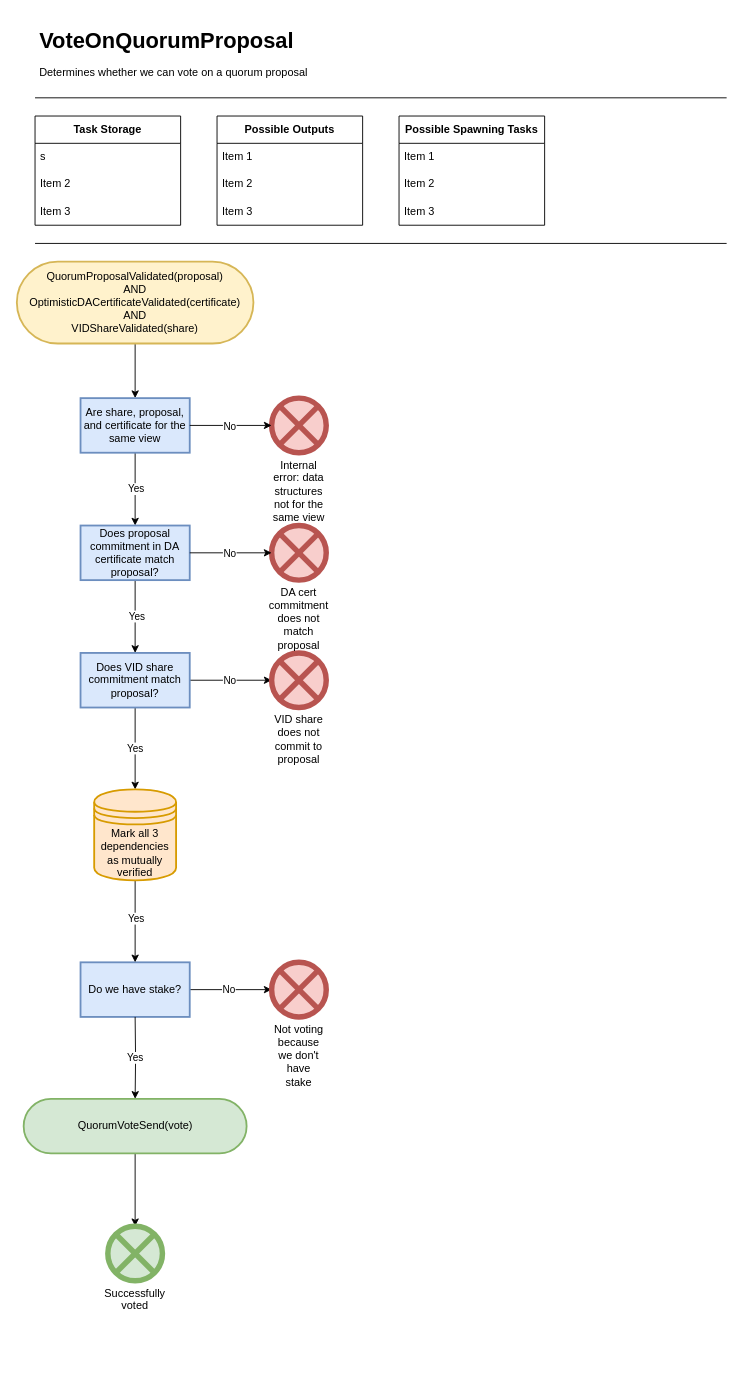
Above: page "VoteOnQuorumProposal" (6 of 7) of docs/diagrams/HotShotFlow.drawio in EspressoSystems/HotShot (draw.io), before the change. Source tidied: cells renumbered, new cells numbered last; positions are measured from the earlier drawing's top-left corner, leaving out a move shared by most shapes. Both pictures are drawn from the tidied source at 91%, with x=0, y=0 at pixel (16, 25).
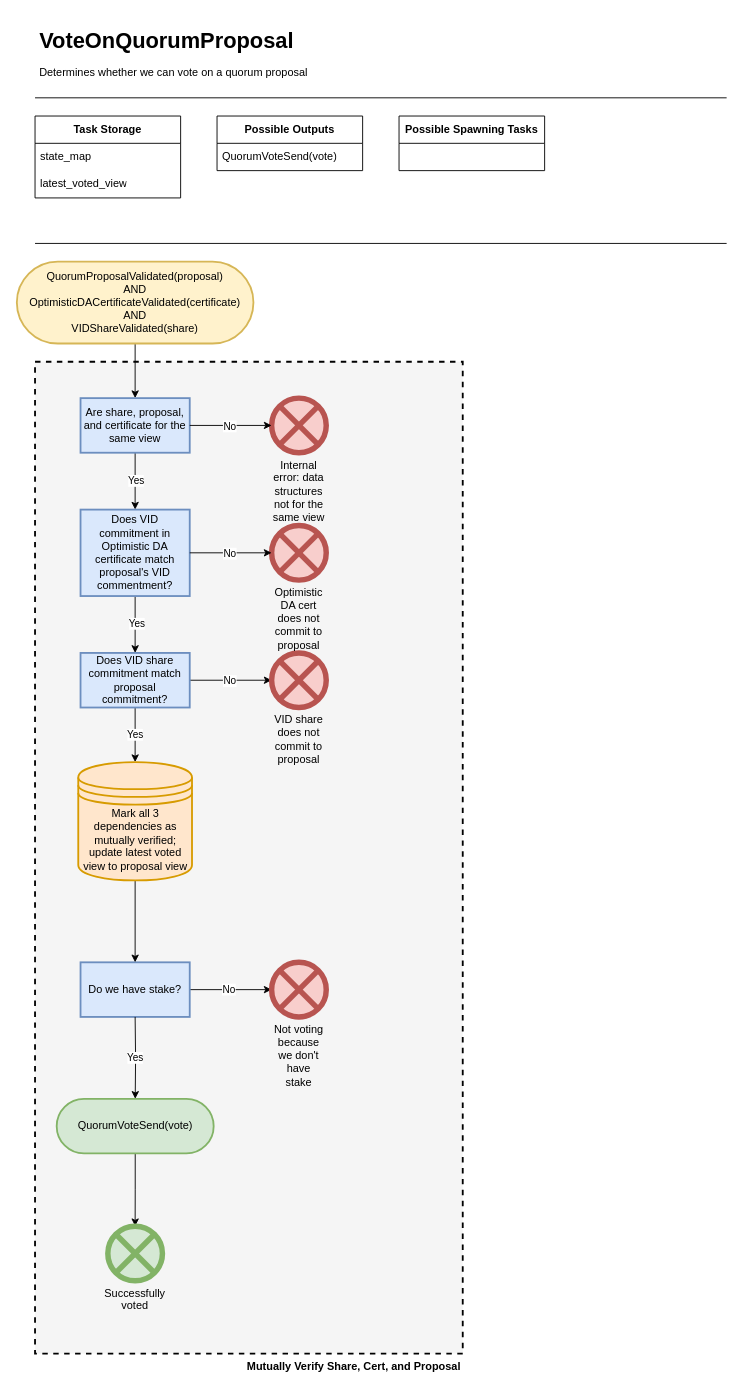
Above is the later version.

Unchanged cells that the change refers to:
```xml
<mxCell id="46" style="edgeStyle=orthogonalEdgeStyle;rounded=0;jettySize=auto;html=1;entryX=0.5;entryY=0;entryDx=0;entryDy=0;" parent="1" edge="1" source="48" target="42">
  <mxGeometry relative="1" as="geometry" />
</mxCell>
```

Change to the diagram source:
```diff
@@
+    <mxCell id="49" value="&lt;b&gt;Mutually Verify Share, Cert, and Proposal&lt;/b&gt;" style="rounded=0;whiteSpace=wrap;html=1;labelPosition=center;verticalLabelPosition=bottom;align=right;verticalAlign=top;dashed=1;strokeWidth=2;fillColor=#F5F5F5;" parent="1" vertex="1">
+      <mxGeometry x="20" y="370" width="470" height="1090" as="geometry" />
+    </mxCell>
@@
     <mxCell id="4" value="&lt;b&gt;Task Storage&lt;/b&gt;" style="swimlane;fontStyle=0;horizontal=1;startSize=30;whiteSpace=wrap;html=1;" parent="1" vertex="1">
-      <mxGeometry x="20" y="100" width="160" height="120" as="geometry" />
+      <mxGeometry x="20" y="100" width="160" height="90" as="geometry" />
     </mxCell>
-    <mxCell id="5" value="s" style="text;strokeColor=none;fillColor=none;align=left;verticalAlign=middle;spacingLeft=4;spacingRight=4;overflow=hidden;whiteSpace=wrap;html=1;" parent="4" vertex="1">
+    <mxCell id="5" value="state_map" style="text;strokeColor=none;fillColor=none;align=left;verticalAlign=middle;spacingLeft=4;spacingRight=4;overflow=hidden;whiteSpace=wrap;html=1;" parent="4" vertex="1">
       <mxGeometry y="30" width="160" height="30" as="geometry" />
     </mxCell>
-    <mxCell id="6" value="Item 2" style="text;strokeColor=none;fillColor=none;align=left;verticalAlign=middle;spacingLeft=4;spacingRight=4;overflow=hidden;whiteSpace=wrap;html=1;" parent="4" vertex="1">
+    <mxCell id="6" value="latest_voted_view" style="text;strokeColor=none;fillColor=none;align=left;verticalAlign=middle;spacingLeft=4;spacingRight=4;overflow=hidden;whiteSpace=wrap;html=1;" parent="4" vertex="1">
       <mxGeometry y="60" width="160" height="30" as="geometry" />
     </mxCell>
-    <mxCell id="7" value="Item 3" style="text;strokeColor=none;fillColor=none;align=left;verticalAlign=middle;spacingLeft=4;spacingRight=4;overflow=hidden;whiteSpace=wrap;html=1;" parent="4" vertex="1">
-      <mxGeometry y="90" width="160" height="30" as="geometry" />
-    </mxCell>
     <mxCell id="8" value="&lt;b&gt;Possible Outputs&lt;/b&gt;" style="swimlane;fontStyle=0;horizontal=1;startSize=30;whiteSpace=wrap;html=1;" parent="1" vertex="1">
-      <mxGeometry x="220" y="100" width="160" height="120" as="geometry" />
+      <mxGeometry x="220" y="100" width="160" height="60" as="geometry" />
     </mxCell>
-    <mxCell id="9" value="Item 1" style="text;strokeColor=none;fillColor=none;align=left;verticalAlign=middle;spacingLeft=4;spacingRight=4;overflow=hidden;whiteSpace=wrap;html=1;" parent="8" vertex="1">
+    <mxCell id="9" value="QuorumVoteSend(vote)" style="text;strokeColor=none;fillColor=none;align=left;verticalAlign=middle;spacingLeft=4;spacingRight=4;overflow=hidden;whiteSpace=wrap;html=1;" parent="8" vertex="1">
       <mxGeometry y="30" width="160" height="30" as="geometry" />
     </mxCell>
-    <mxCell id="10" value="Item 2" style="text;strokeColor=none;fillColor=none;align=left;verticalAlign=middle;spacingLeft=4;spacingRight=4;overflow=hidden;whiteSpace=wrap;html=1;" parent="8" vertex="1">
-      <mxGeometry y="60" width="160" height="30" as="geometry" />
-    </mxCell>
-    <mxCell id="11" value="Item 3" style="text;strokeColor=none;fillColor=none;align=left;verticalAlign=middle;spacingLeft=4;spacingRight=4;overflow=hidden;whiteSpace=wrap;html=1;" parent="8" vertex="1">
-      <mxGeometry y="90" width="160" height="30" as="geometry" />
-    </mxCell>
     <mxCell id="12" value="&lt;b&gt;Possible Spawning Tasks&lt;/b&gt;" style="swimlane;fontStyle=0;horizontal=1;startSize=30;whiteSpace=wrap;html=1;" parent="1" vertex="1">
-      <mxGeometry x="420" y="100" width="160" height="120" as="geometry" />
+      <mxGeometry x="420" y="100" width="160" height="60" as="geometry" />
     </mxCell>
-    <mxCell id="13" value="Item 1" style="text;strokeColor=none;fillColor=none;align=left;verticalAlign=middle;spacingLeft=4;spacingRight=4;overflow=hidden;whiteSpace=wrap;html=1;" parent="12" vertex="1">
-      <mxGeometry y="30" width="160" height="30" as="geometry" />
-    </mxCell>
-    <mxCell id="14" value="Item 2" style="text;strokeColor=none;fillColor=none;align=left;verticalAlign=middle;spacingLeft=4;spacingRight=4;overflow=hidden;whiteSpace=wrap;html=1;" parent="12" vertex="1">
-      <mxGeometry y="60" width="160" height="30" as="geometry" />
-    </mxCell>
-    <mxCell id="15" value="Item 3" style="text;strokeColor=none;fillColor=none;align=left;verticalAlign=middle;spacingLeft=4;spacingRight=4;overflow=hidden;whiteSpace=wrap;html=1;" parent="12" vertex="1">
-      <mxGeometry y="90" width="160" height="30" as="geometry" />
-    </mxCell>
@@
     <mxCell id="26" value="QuorumVoteSend(vote)" style="whiteSpace=wrap;html=1;fillColor=#d5e8d4;strokeColor=#82b366;rounded=1;arcSize=50;strokeWidth=2;" parent="1" vertex="1">
-      <mxGeometry x="7.5" y="1180" width="245" height="60" as="geometry" />
+      <mxGeometry x="43.8" y="1180" width="172.5" height="60" as="geometry" />
     </mxCell>
@@
-    <mxCell id="31" value="Does VID share commitment match proposal?" style="whiteSpace=wrap;html=1;rounded=0;fillColor=#dae8fc;strokeColor=#6c8ebf;strokeWidth=2;" parent="1" vertex="1">
+    <mxCell id="31" value="Does VID share commitment match proposal commitment?" style="whiteSpace=wrap;html=1;rounded=0;fillColor=#dae8fc;strokeColor=#6c8ebf;strokeWidth=2;" parent="1" vertex="1">
       <mxGeometry x="70" y="690" width="120" height="60" as="geometry" />
     </mxCell>
@@
-    <mxCell id="36" value="Does proposal commitment in DA certificate match proposal?" style="whiteSpace=wrap;html=1;rounded=0;fillColor=#dae8fc;strokeColor=#6c8ebf;strokeWidth=2;" parent="1" vertex="1">
-      <mxGeometry x="70" y="550" width="120" height="60" as="geometry" />
+    <mxCell id="36" value="Does VID commitment in Optimistic DA certificate match proposal's VID commentment?" style="whiteSpace=wrap;html=1;rounded=0;fillColor=#dae8fc;strokeColor=#6c8ebf;strokeWidth=2;" parent="1" vertex="1">
+      <mxGeometry x="70" y="532.5" width="120" height="95" as="geometry" />
     </mxCell>
-    <mxCell id="37" value="DA cert commitment does not match proposal" style="whiteSpace=wrap;html=1;fillColor=#f8cecc;strokeColor=#b85450;rounded=1;arcSize=50;verticalLabelPosition=bottom;verticalAlign=top;shape=mxgraph.flowchart.or;strokeWidth=6;" parent="1" vertex="1">
+    <mxCell id="37" value="Optimistic DA cert does not commit to proposal" style="whiteSpace=wrap;html=1;fillColor=#f8cecc;strokeColor=#b85450;rounded=1;arcSize=50;verticalLabelPosition=bottom;verticalAlign=top;shape=mxgraph.flowchart.or;strokeWidth=6;" parent="1" vertex="1">
       <mxGeometry x="280" y="550" width="60" height="60" as="geometry" />
     </mxCell>
@@
-    <mxCell id="47" value="Yes" style="edgeLabel;html=1;align=center;verticalAlign=middle;" parent="46" vertex="1">
-      <mxGeometry x="-0.09" relative="1" as="geometry" />
-    </mxCell>
-    <mxCell id="48" value="Mark all 3 dependencies as mutually verified" style="strokeWidth=2;html=1;shape=datastore;whiteSpace=wrap;labelPosition=center;verticalLabelPosition=middle;align=center;verticalAlign=top;fillColor=#ffe6cc;strokeColor=#d79b00;" parent="1" vertex="1">
-      <mxGeometry x="85" y="840" width="90" height="100" as="geometry" />
+    <mxCell id="48" value="Mark all 3 dependencies as mutually verified; update latest voted view to proposal view" style="strokeWidth=2;html=1;shape=datastore;whiteSpace=wrap;labelPosition=center;verticalLabelPosition=middle;align=center;verticalAlign=top;fillColor=#ffe6cc;strokeColor=#d79b00;" parent="1" vertex="1">
+      <mxGeometry x="67.5" y="810" width="125" height="130" as="geometry" />
     </mxCell>
```
